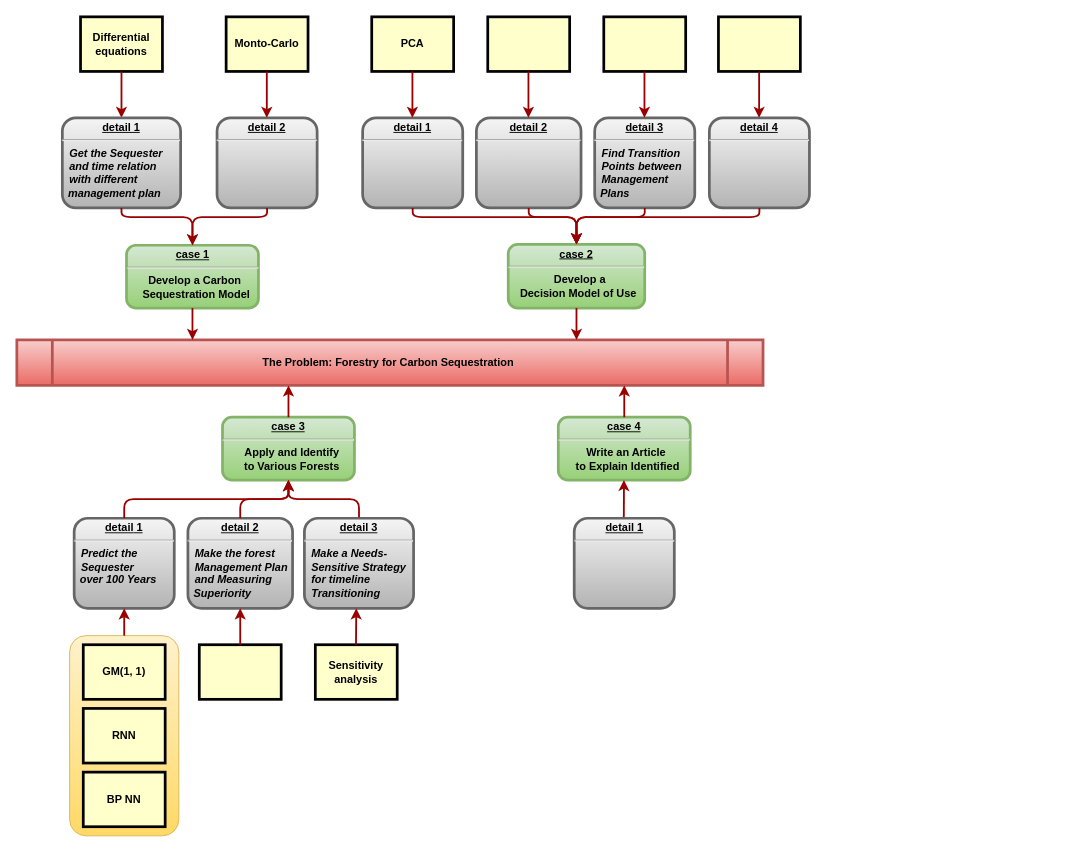
This is Untitled Diagram.drawio from KLGR123/KLGR123.github.io, a draw.io file, before an edit. Source tidied: cells renumbered, new cells numbered last; positions are measured from the earlier drawing's top-left corner, leaving out a move shared by most shapes. Both pictures are drawn from the tidied source at 91%, with x=0, y=0 at pixel (-25, 16).
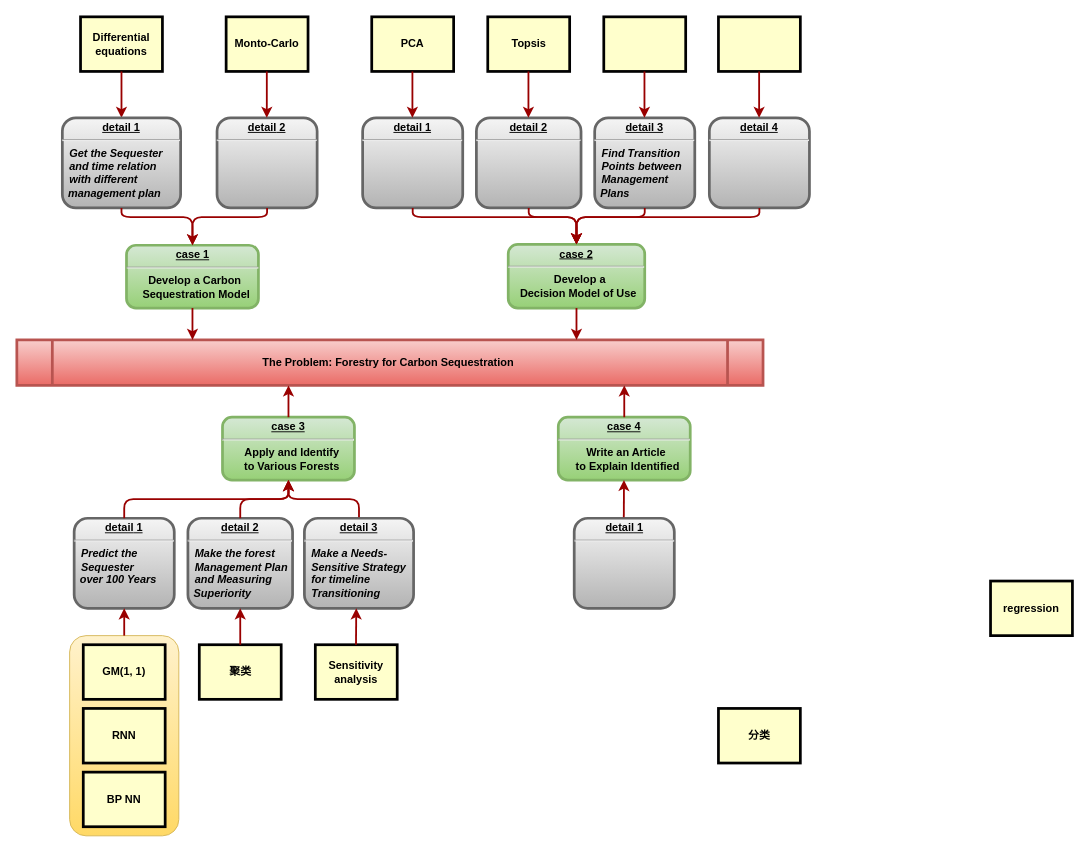
The same page after the edit.

Change to the diagram source:
```diff
@@
-    <mxCell id="14" style="whiteSpace=wrap;align=center;verticalAlign=middle;fontStyle=1;strokeWidth=3;fillColor=#FFFFCC;" parent="1" vertex="1">
+    <mxCell id="14" value="Topsis" style="whiteSpace=wrap;align=center;verticalAlign=middle;fontStyle=1;strokeWidth=3;fillColor=#FFFFCC;" parent="1" vertex="1">
       <mxGeometry x="563.5" width="90" height="60" as="geometry" />
     </mxCell>
@@
-    <mxCell id="39" style="whiteSpace=wrap;align=center;verticalAlign=middle;fontStyle=1;strokeWidth=3;fillColor=#FFFFCC;" parent="1" vertex="1">
+    <mxCell id="39" value="聚类" style="whiteSpace=wrap;align=center;verticalAlign=middle;fontStyle=1;strokeWidth=3;fillColor=#FFFFCC;" parent="1" vertex="1">
       <mxGeometry x="246.5" y="690" width="90" height="60" as="geometry" />
     </mxCell>
@@
+    <mxCell id="52" value="分类" style="whiteSpace=wrap;align=center;verticalAlign=middle;fontStyle=1;strokeWidth=3;fillColor=#FFFFCC;" parent="1" vertex="1">
+      <mxGeometry x="817" y="760" width="90" height="60" as="geometry" />
+    </mxCell>
+    <mxCell id="53" value="regression" style="whiteSpace=wrap;align=center;verticalAlign=middle;fontStyle=1;strokeWidth=3;fillColor=#FFFFCC;" parent="1" vertex="1">
+      <mxGeometry x="1116" y="620" width="90" height="60" as="geometry" />
+    </mxCell>
```
